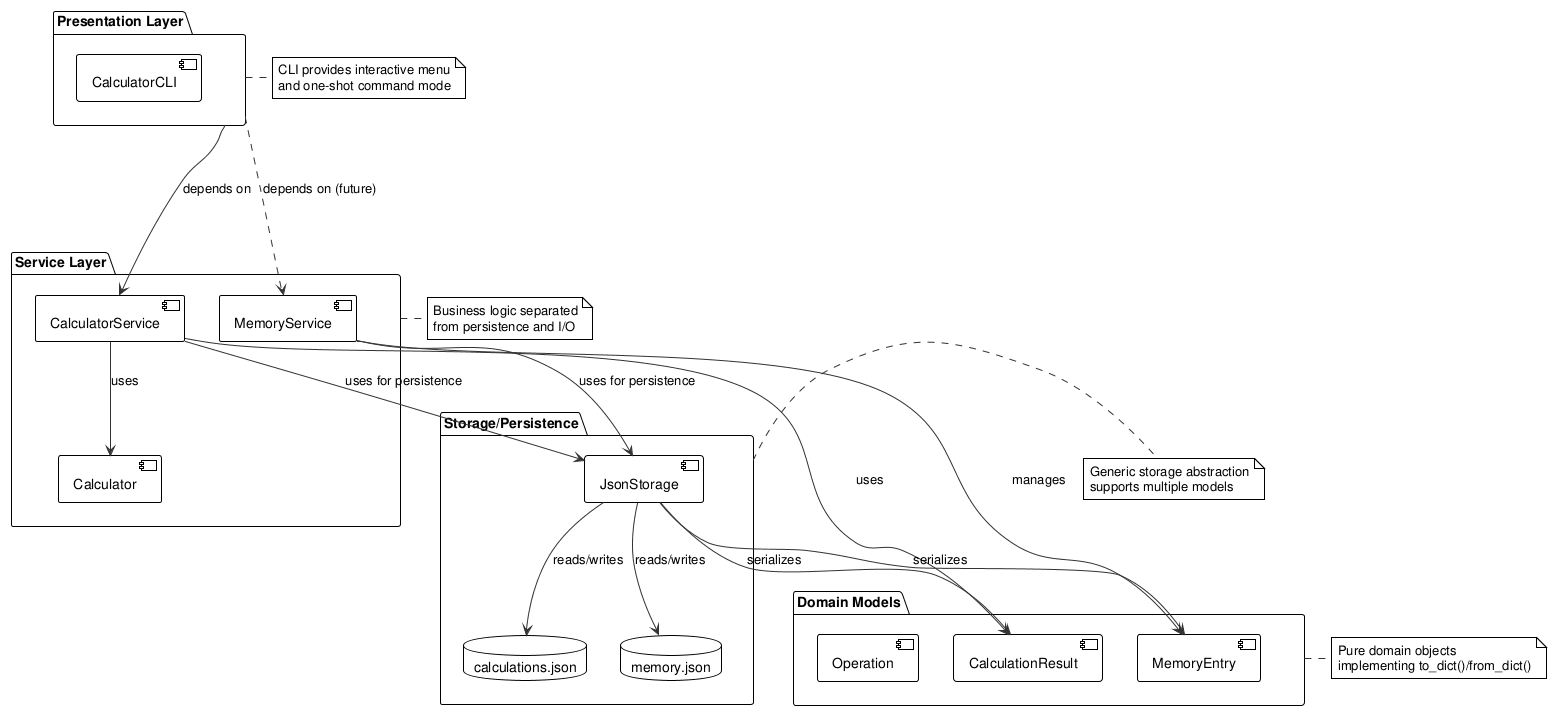
Before: experiments/broadcast/structured_text/calculator/artifacts/architecture_diagram.png, a diagram exported from PlantUML (DanielRiha8906/Software_autoevolution_using_agents).
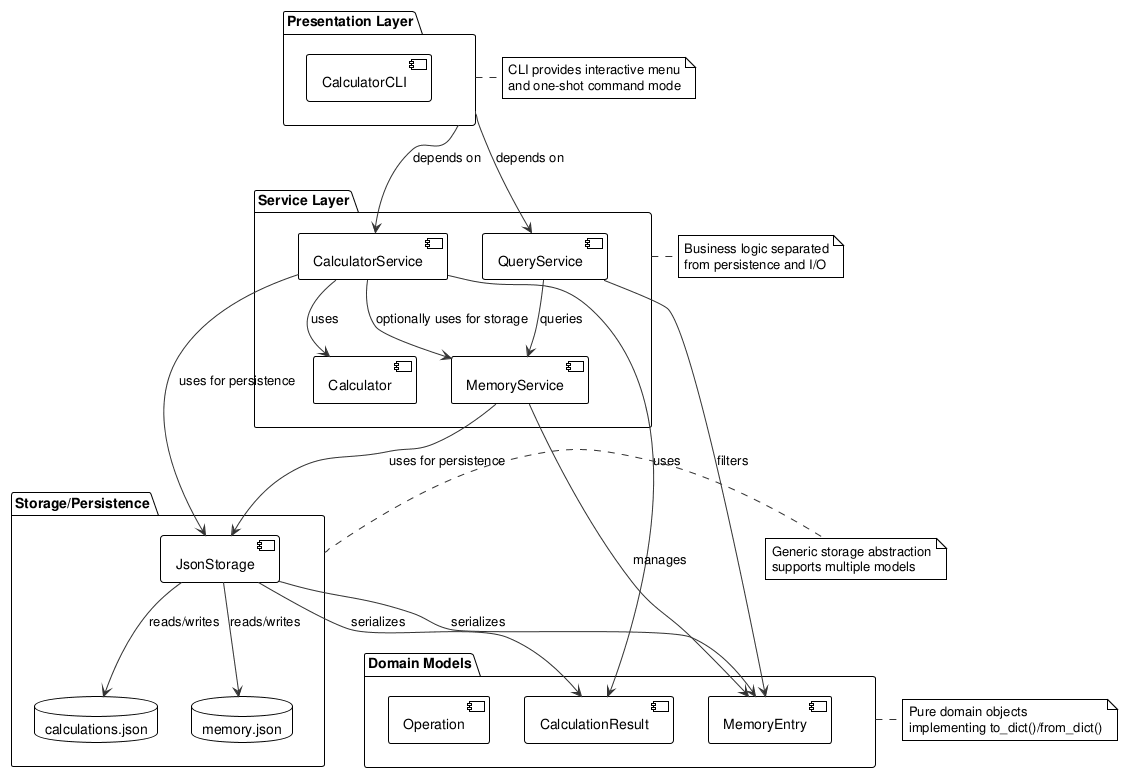
The same diagram one commit later.

Change to the diagram source:
```diff
@@ -12,6 +12,7 @@
 package "Service Layer" as Services {
   component "CalculatorService"
   component "MemoryService"
+  component "QueryService"
   component "Calculator"
 }
 
@@ -28,14 +29,18 @@
 }
 
 Presentation --> CalculatorService: depends on
-Presentation -.-> MemoryService: depends on (future)
+Presentation --> QueryService: depends on
 
 CalculatorService --> Calculator: uses
 CalculatorService --> CalculationResult: uses
+CalculatorService --> MemoryService: optionally uses for storage
 CalculatorService --> JsonStorage: uses for persistence
 
 MemoryService --> MemoryEntry: manages
 MemoryService --> JsonStorage: uses for persistence
+
+QueryService --> MemoryService: queries
+QueryService --> MemoryEntry: filters
 
 JsonStorage --> CalculationResult: serializes
 JsonStorage --> MemoryEntry: serializes
```
